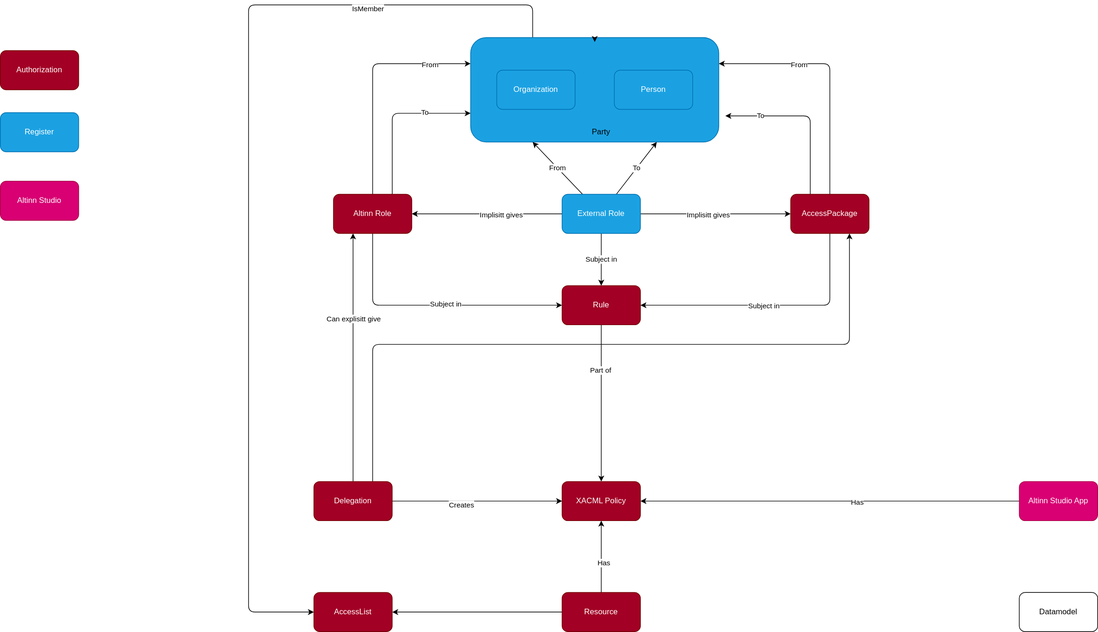
Before: content/technology/architecture/informationmodel.drawio.svg, a diagram exported from draw.io (Altinn/altinn-studio-docs). Source tidied: cells renumbered, new cells last; positions are measured from the earlier drawing's top-left corner, leaving out a move shared by most shapes.
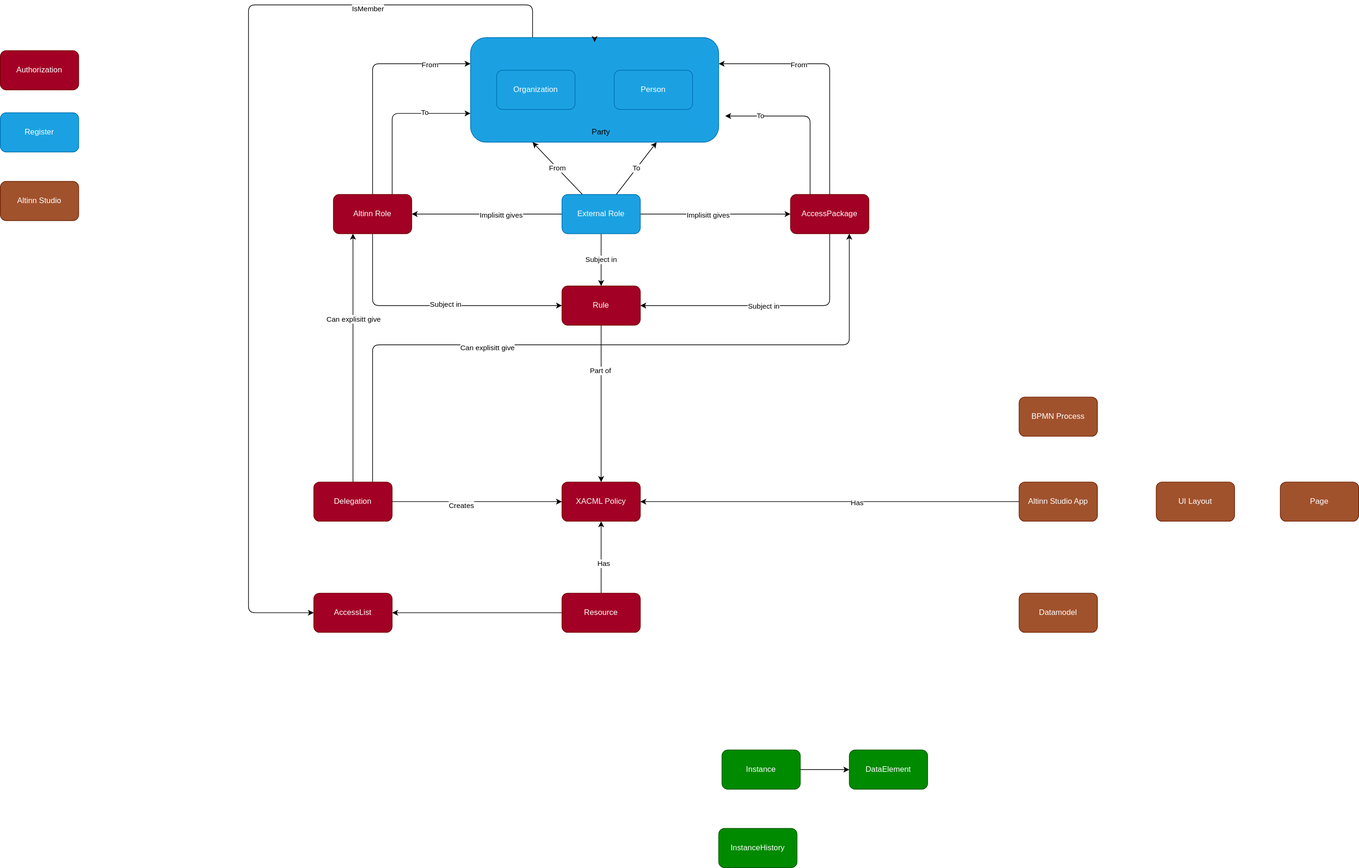
After the commit.

Change to the diagram source:
```diff
@@ -29,7 +29,7 @@
     <mxCell id="8" value="Has" style="edgeLabel;html=1;align=center;verticalAlign=middle;" parent="7" vertex="1">
       <mxGeometry x="-0.14" y="1" relative="1" as="geometry" />
     </mxCell>
-    <mxCell id="9" value="Altinn Studio App" style="rounded=1;whiteSpace=wrap;html=1;fillColor=#d80073;fontColor=#ffffff;strokeColor=#A50040;" parent="1" vertex="1">
+    <mxCell id="9" value="Altinn Studio App" style="rounded=1;whiteSpace=wrap;html=1;fillColor=#a0522d;fontColor=#ffffff;strokeColor=#6D1F00;" parent="1" vertex="1">
       <mxGeometry x="1560" y="730" width="120" height="60" as="geometry" />
     </mxCell>
     <mxCell id="10" style="edgeStyle=none;html=1;entryX=0.5;entryY=1;entryDx=0;entryDy=0;" parent="1" edge="1" source="13" target="14">
@@ -111,6 +111,9 @@
         </Array>
       </mxGeometry>
     </mxCell>
+    <mxCell id="53" value="Can explisitt give" style="edgeLabel;html=1;align=center;verticalAlign=middle;" parent="29" vertex="1">
+      <mxGeometry x="-0.31" y="-4" relative="1" as="geometry" />
+    </mxCell>
     <mxCell id="30" value="Delegation" style="rounded=1;whiteSpace=wrap;html=1;fillColor=#a20025;fontColor=#ffffff;strokeColor=#6F0000;" parent="1" vertex="1">
       <mxGeometry x="480" y="730" width="120" height="60" as="geometry" />
     </mxCell>
@@ -180,7 +183,7 @@
     <mxCell id="47" style="edgeStyle=none;html=1;exitX=0.5;exitY=0;exitDx=0;exitDy=0;entryX=0.5;entryY=0.042;entryDx=0;entryDy=0;entryPerimeter=0;" parent="1" edge="1" source="4" target="4">
       <mxGeometry relative="1" as="geometry" />
     </mxCell>
-    <mxCell id="48" value="Datamodel" style="rounded=1;whiteSpace=wrap;html=1;" parent="1" vertex="1">
+    <mxCell id="48" value="Datamodel" style="rounded=1;whiteSpace=wrap;html=1;fillColor=#a0522d;fontColor=#ffffff;strokeColor=#6D1F00;" parent="1" vertex="1">
       <mxGeometry x="1560" y="900" width="120" height="60" as="geometry" />
     </mxCell>
     <mxCell id="49" value="AccessList" style="rounded=1;whiteSpace=wrap;html=1;fillColor=#a20025;fontColor=#ffffff;strokeColor=#6F0000;" parent="1" vertex="1">
@@ -192,8 +195,29 @@
     <mxCell id="51" value="Register" style="rounded=1;whiteSpace=wrap;html=1;fillColor=#1ba1e2;strokeColor=#006EAF;fontColor=#ffffff;" parent="1" vertex="1">
       <mxGeometry y="165" width="120" height="60" as="geometry" />
     </mxCell>
-    <mxCell id="52" value="Altinn Studio" style="rounded=1;whiteSpace=wrap;html=1;fillColor=#d80073;fontColor=#ffffff;strokeColor=#A50040;" parent="1" vertex="1">
+    <mxCell id="52" value="Altinn Studio" style="rounded=1;whiteSpace=wrap;html=1;fillColor=#a0522d;fontColor=#ffffff;strokeColor=#6D1F00;" parent="1" vertex="1">
       <mxGeometry y="270" width="120" height="60" as="geometry" />
     </mxCell>
+    <mxCell id="54" style="edgeStyle=none;html=1;entryX=0;entryY=0.5;entryDx=0;entryDy=0;" parent="1" edge="1" source="55" target="56">
+      <mxGeometry relative="1" as="geometry" />
+    </mxCell>
+    <mxCell id="55" value="Instance" style="rounded=1;whiteSpace=wrap;html=1;fillColor=#008a00;fontColor=#ffffff;strokeColor=#005700;" parent="1" vertex="1">
+      <mxGeometry x="1105" y="1140" width="120" height="60" as="geometry" />
+    </mxCell>
+    <mxCell id="56" value="DataElement" style="rounded=1;whiteSpace=wrap;html=1;fillColor=#008a00;fontColor=#ffffff;strokeColor=#005700;" parent="1" vertex="1">
+      <mxGeometry x="1300" y="1140" width="120" height="60" as="geometry" />
+    </mxCell>
+    <mxCell id="57" value="InstanceHistory" style="rounded=1;whiteSpace=wrap;html=1;fillColor=#008a00;fontColor=#ffffff;strokeColor=#005700;" parent="1" vertex="1">
+      <mxGeometry x="1100" y="1260" width="120" height="60" as="geometry" />
+    </mxCell>
+    <mxCell id="58" value="BPMN Process" style="rounded=1;whiteSpace=wrap;html=1;fillColor=#a0522d;fontColor=#ffffff;strokeColor=#6D1F00;" parent="1" vertex="1">
+      <mxGeometry x="1560" y="600" width="120" height="60" as="geometry" />
+    </mxCell>
+    <mxCell id="59" value="UI Layout" style="rounded=1;whiteSpace=wrap;html=1;fillColor=#a0522d;fontColor=#ffffff;strokeColor=#6D1F00;" parent="1" vertex="1">
+      <mxGeometry x="1770" y="730" width="120" height="60" as="geometry" />
+    </mxCell>
+    <mxCell id="60" value="Page" style="rounded=1;whiteSpace=wrap;html=1;fillColor=#a0522d;fontColor=#ffffff;strokeColor=#6D1F00;" parent="1" vertex="1">
+      <mxGeometry x="1960" y="730" width="120" height="60" as="geometry" />
+    </mxCell>
   </root>
 </mxGraphModel>
```
